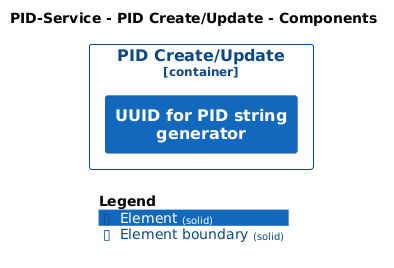
bingert/PID-System-C4-Model keeps this PlantUML diagram as master/png/Component-002.png. Above is the earlier version.
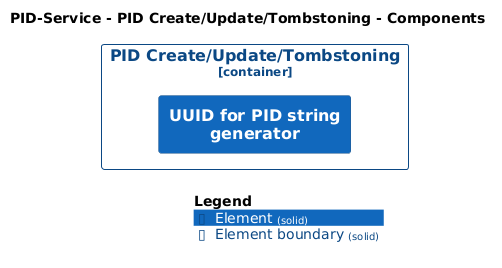
After the change.

Diff of the diagram source:
```diff
@@ -1,6 +1,6 @@
 @startuml
 set separator none
-title PID-Service - PID Create/Update - Components
+title PID-Service - PID Create/Update/Tombstoning - Components
 
 left to right direction
 
@@ -12,8 +12,8 @@
 
 AddBoundaryTag("Element", $bgColor="#ffffff", $borderColor="#0b4884", $fontColor="#0b4884", $shadowing="", $borderStyle="solid")
 
-Container_Boundary("PIDService.PIDCreateUpdate_boundary", "PID Create/Update", $tags="Element") {
-  Component(PIDService.PIDCreateUpdate.UUIDforPIDstringgenerator, "UUID for PID string generator", $techn="", $descr="", $tags="Element", $link="")
+Container_Boundary("PIDService.PIDCreateUpdateTombstoning_boundary", "PID Create/Update/Tombstoning", $tags="Element") {
+  Component(PIDService.PIDCreateUpdateTombstoning.UUIDforPIDstringgenerator, "UUID for PID string generator", $techn="", $descr="", $tags="Element", $link="")
 }
 
 
```
